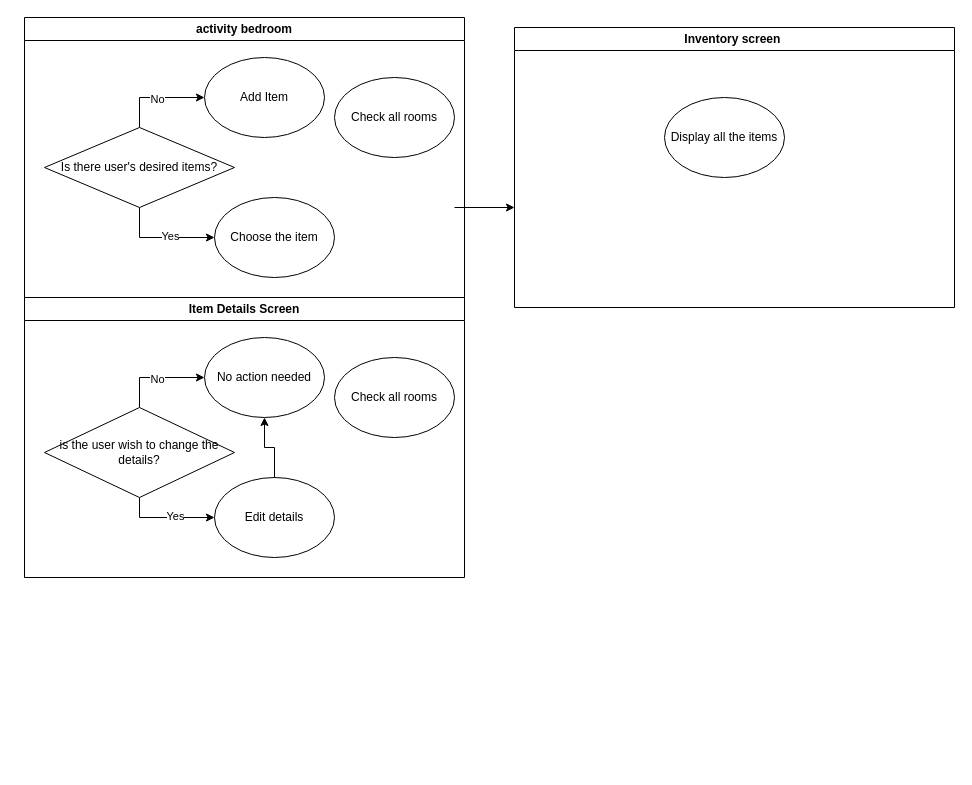
The draw.io diagram Untitled Diagram.drawio in Xhourstoprogram/a, before the edit. Source tidied: cells renumbered, new cells numbered last; positions are measured from the earlier drawing's top-left corner, leaving out a move shared by most shapes. Both pictures are drawn from the tidied source at 100%, with x=0, y=0 at pixel (24, 17).
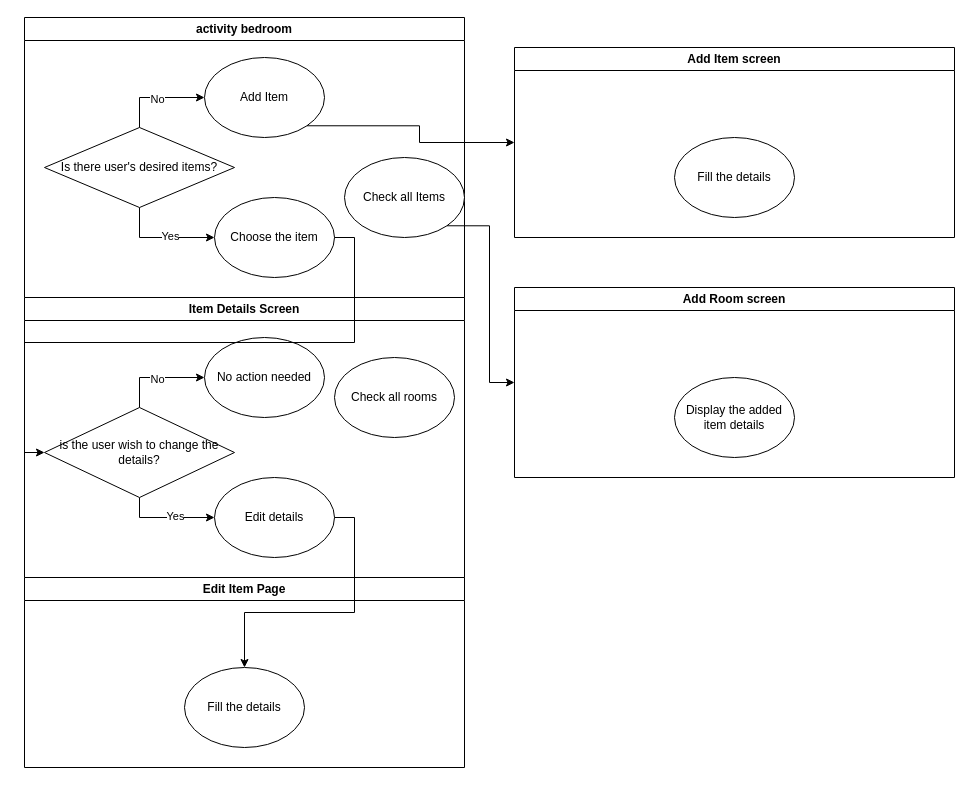
The same page after the edit.

The change refers to these unchanged cells:
```xml
<mxCell id="2" value="activity bedroom" style="swimlane;whiteSpace=wrap;html=1;" parent="1" vertex="1">
  <mxGeometry width="440" height="280" as="geometry" />
</mxCell>
<mxCell id="8" value="Add Item" style="ellipse;whiteSpace=wrap;html=1;" parent="2" vertex="1">
  <mxGeometry x="180" y="40" width="120" height="80" as="geometry" />
</mxCell>
<mxCell id="9" value="Choose the item" style="ellipse;whiteSpace=wrap;html=1;" parent="2" vertex="1">
  <mxGeometry x="190" y="180" width="120" height="80" as="geometry" />
</mxCell>
<mxCell id="14" value="Item Details Screen" style="swimlane;whiteSpace=wrap;html=1;" parent="1" vertex="1">
  <mxGeometry y="280" width="440" height="280" as="geometry" />
</mxCell>
<mxCell id="17" value="is the user wish to change the details?" style="rhombus;whiteSpace=wrap;html=1;" parent="14" vertex="1">
  <mxGeometry x="20" y="110" width="190" height="90" as="geometry" />
</mxCell>
<mxCell id="20" value="No action needed" style="ellipse;whiteSpace=wrap;html=1;" parent="14" vertex="1">
  <mxGeometry x="180" y="40" width="120" height="80" as="geometry" />
</mxCell>
<mxCell id="21" value="Edit details" style="ellipse;whiteSpace=wrap;html=1;" parent="14" vertex="1">
  <mxGeometry x="190" y="180" width="120" height="80" as="geometry" />
</mxCell>
```

Change to the diagram source:
```diff
@@
-    <mxCell id="10" value="Check all rooms" style="ellipse;whiteSpace=wrap;html=1;" parent="2" vertex="1">
-      <mxGeometry x="310" y="60" width="120" height="80" as="geometry" />
+    <mxCell id="10" value="Check all Items" style="ellipse;whiteSpace=wrap;html=1;" parent="2" vertex="1">
+      <mxGeometry x="320" y="140" width="120" height="80" as="geometry" />
     </mxCell>
-    <mxCell id="11" style="endArrow=classic;html=1;rounded=0;" parent="2" edge="1">
-      <mxGeometry relative="1" as="geometry">
-        <mxPoint x="430" y="190" as="sourcePoint" />
-        <mxPoint x="490" y="190" as="targetPoint" />
-      </mxGeometry>
-    </mxCell>
-    <mxCell id="12" value="Inventory screen&amp;nbsp;" style="swimlane;whiteSpace=wrap;html=1;" parent="1" vertex="1">
-      <mxGeometry x="490" y="10" width="440" height="280" as="geometry" />
-    </mxCell>
-    <mxCell id="13" value="Display all the items" style="ellipse;whiteSpace=wrap;html=1;" parent="12" vertex="1">
-      <mxGeometry x="150" y="70" width="120" height="80" as="geometry" />
-    </mxCell>
@@
-    <mxCell id="22" style="edgeStyle=orthogonalEdgeStyle;rounded=0;jettySize=auto;html=1;entryX=0.5;entryY=1;entryDx=0;entryDy=0;" parent="14" edge="1" source="21" target="20">
-      <mxGeometry relative="1" as="geometry" />
-    </mxCell>
@@
+    <mxCell id="24" value="Edit Item Page" style="swimlane;whiteSpace=wrap;html=1;" parent="1" vertex="1">
+      <mxGeometry y="560" width="440" height="190" as="geometry" />
+    </mxCell>
+    <mxCell id="25" value="Fill the details" style="ellipse;whiteSpace=wrap;html=1;" parent="24" vertex="1">
+      <mxGeometry x="160" y="90" width="120" height="80" as="geometry" />
+    </mxCell>
+    <mxCell id="26" style="edgeStyle=orthogonalEdgeStyle;rounded=0;jettySize=auto;html=1;exitX=1;exitY=0.5;exitDx=0;exitDy=0;" parent="1" edge="1" source="21" target="25">
+      <mxGeometry relative="1" as="geometry" />
+    </mxCell>
+    <mxCell id="27" style="edgeStyle=orthogonalEdgeStyle;rounded=0;jettySize=auto;html=1;exitX=1;exitY=0.5;exitDx=0;exitDy=0;entryX=0;entryY=0.5;entryDx=0;entryDy=0;" parent="1" edge="1" source="9" target="17">
+      <mxGeometry relative="1" as="geometry" />
+    </mxCell>
+    <mxCell id="28" value="Add Item screen" style="swimlane;whiteSpace=wrap;html=1;" parent="1" vertex="1">
+      <mxGeometry x="490" y="30" width="440" height="190" as="geometry" />
+    </mxCell>
+    <mxCell id="29" value="Fill the details" style="ellipse;whiteSpace=wrap;html=1;" parent="28" vertex="1">
+      <mxGeometry x="160" y="90" width="120" height="80" as="geometry" />
+    </mxCell>
+    <mxCell id="30" style="edgeStyle=orthogonalEdgeStyle;rounded=0;jettySize=auto;html=1;exitX=1;exitY=1;exitDx=0;exitDy=0;entryX=0;entryY=0.5;entryDx=0;entryDy=0;" parent="1" edge="1" source="8" target="28">
+      <mxGeometry relative="1" as="geometry" />
+    </mxCell>
+    <mxCell id="31" value="Add Room screen" style="swimlane;whiteSpace=wrap;html=1;" parent="1" vertex="1">
+      <mxGeometry x="490" y="270" width="440" height="190" as="geometry" />
+    </mxCell>
+    <mxCell id="32" value="Display the added item details" style="ellipse;whiteSpace=wrap;html=1;" parent="31" vertex="1">
+      <mxGeometry x="160" y="90" width="120" height="80" as="geometry" />
+    </mxCell>
+    <mxCell id="33" style="edgeStyle=orthogonalEdgeStyle;rounded=0;jettySize=auto;html=1;exitX=1;exitY=1;exitDx=0;exitDy=0;entryX=0;entryY=0.5;entryDx=0;entryDy=0;" parent="1" edge="1" source="10" target="31">
+      <mxGeometry relative="1" as="geometry" />
+    </mxCell>
```
